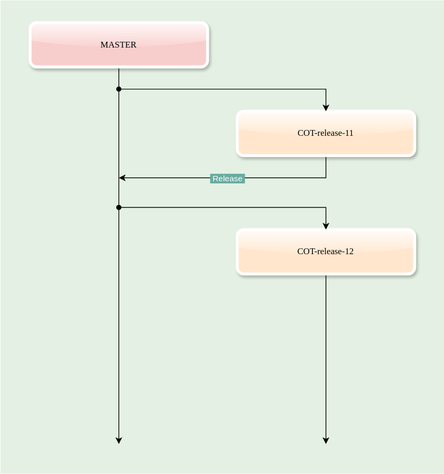
alexander-lyakhov/draw.io keeps this draw.io diagram as Git-flow.drawio.svg. Above is the earlier version. Source tidied: cells renumbered, new cells last; positions are measured from the earlier drawing's top-left corner, leaving out a move shared by most shapes.
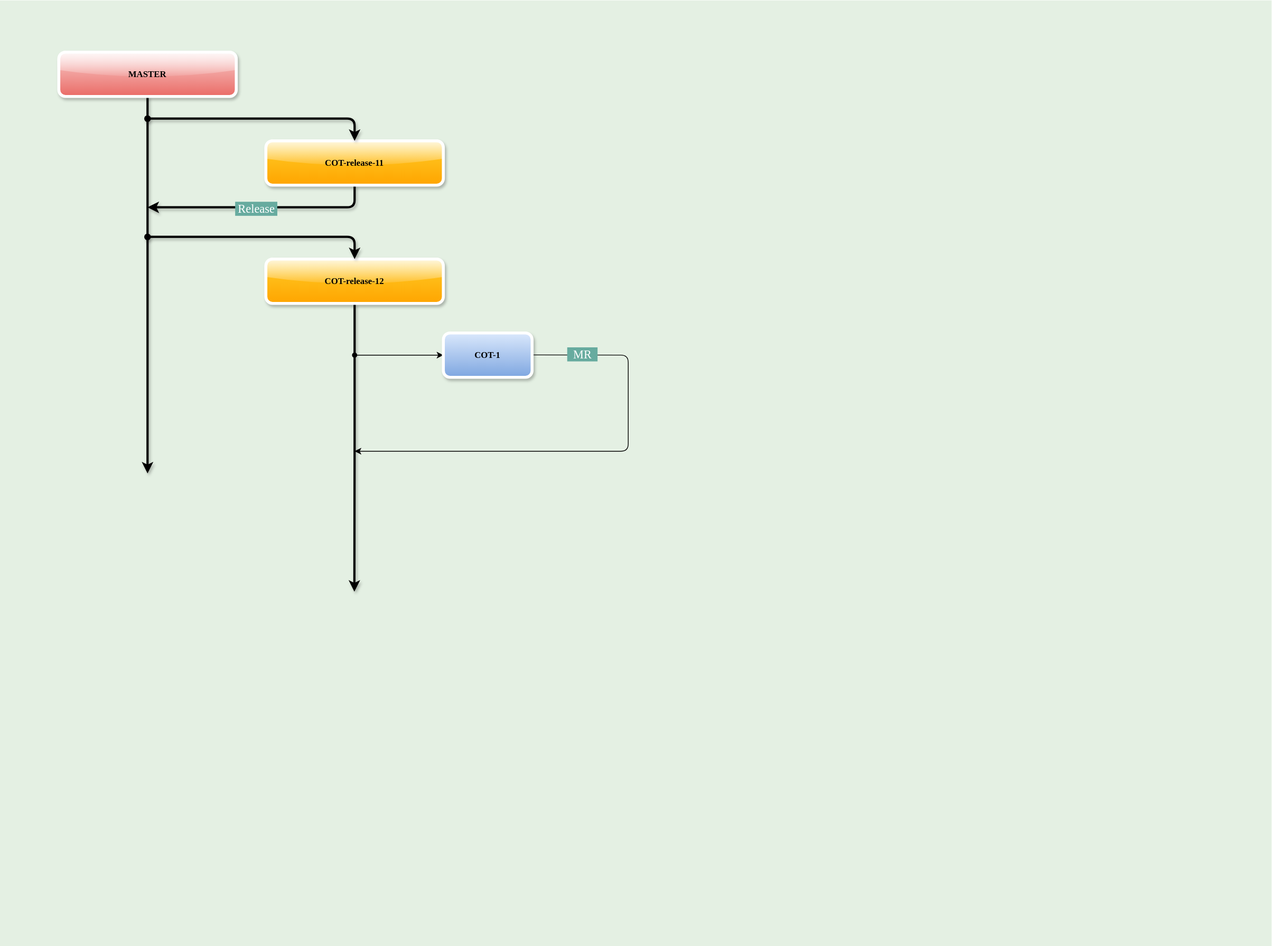
After the commit.

Diff of the diagram source:
```diff
@@ -2,23 +2,23 @@
   <root>
     <mxCell id="0" />
     <mxCell id="1" parent="0" />
-    <mxCell id="2" style="rounded=0;whiteSpace=wrap;html=1;imageAspect=1;fillOpacity=64;fillColor=#d5e8d4;strokeColor=none;" parent="1" vertex="1">
-      <mxGeometry width="600" height="640" as="geometry" />
-    </mxCell>
+    <mxCell id="12" style="rounded=0;whiteSpace=wrap;html=1;fillColor=#D5E8D4;opacity=64;strokeColor=none;" parent="1" vertex="1">
+      <mxGeometry x="-40" y="-40" width="1720" height="1280" as="geometry" />
+    </mxCell>
-    <mxCell id="3" style="endArrow=classic;html=1;rounded=0;exitX=0.5;exitY=1;exitDx=0;exitDy=0;curved=0;shadow=0;strokeWidth=1;strokeColor=#000000;" parent="1" edge="1" source="11">
+    <mxCell id="3" style="endArrow=classic;html=1;rounded=0;exitX=0.5;exitY=1;exitDx=0;exitDy=0;curved=0;shadow=1;strokeWidth=3;strokeColor=#000000;" parent="1" edge="1" source="11">
       <mxGeometry relative="1" as="geometry">
         <mxPoint x="160" y="600" as="targetPoint" />
       </mxGeometry>
     </mxCell>
-    <mxCell id="4" style="edgeStyle=orthogonalEdgeStyle;rounded=0;jettySize=auto;html=1;exitX=0.5;exitY=1;exitDx=0;exitDy=0;" parent="1" edge="1" source="5">
+    <mxCell id="4" style="edgeStyle=orthogonalEdgeStyle;rounded=1;jettySize=auto;html=1;exitX=0.5;exitY=1;exitDx=0;exitDy=0;strokeWidth=3;curved=0;shadow=1;" parent="1" edge="1" source="5">
       <mxGeometry relative="1" as="geometry">
-        <mxPoint x="440" y="600" as="targetPoint" />
+        <mxPoint x="439.7" y="760" as="targetPoint" />
       </mxGeometry>
     </mxCell>
-    <mxCell id="5" value="COT-release-12" style="rounded=1;whiteSpace=wrap;html=1;fillColor=#ffe6cc;strokeColor=#FFFFFF;shadow=1;glass=1;strokeWidth=4;align=center;verticalAlign=middle;fontFamily=Verdana;fontSize=12;fontColor=default;" parent="1" vertex="1">
+    <mxCell id="5" value="COT-release-12" style="rounded=1;whiteSpace=wrap;html=1;fillColor=#ffcd28;strokeColor=#FFFFFF;shadow=1;glass=1;strokeWidth=4;align=center;verticalAlign=middle;fontFamily=Verdana;fontSize=12;fontColor=#000000;fontStyle=1;perimeterSpacing=0;gradientColor=#ffa500;" parent="1" vertex="1">
       <mxGeometry x="320" y="310" width="240" height="60" as="geometry" />
     </mxCell>
-    <mxCell id="6" style="endArrow=classic;html=1;rounded=0;entryX=0.5;entryY=0;entryDx=0;entryDy=0;startArrow=oval;startFill=1;" parent="1" edge="1" target="5">
+    <mxCell id="6" style="endArrow=classic;html=1;rounded=1;entryX=0.5;entryY=0;entryDx=0;entryDy=0;startArrow=oval;startFill=1;strokeWidth=3;curved=0;shadow=1;" parent="1" edge="1" target="5">
       <mxGeometry relative="1" as="geometry">
         <mxPoint x="160" y="280" as="sourcePoint" />
         <Array as="points">
@@ -26,7 +26,7 @@
         </Array>
       </mxGeometry>
     </mxCell>
-    <mxCell id="7" style="endArrow=classic;html=1;rounded=0;exitX=0.5;exitY=1;exitDx=0;exitDy=0;strokeWidth=1;strokeColor=#000000;" parent="1" edge="1" source="9">
+    <mxCell id="7" style="endArrow=classic;html=1;rounded=1;exitX=0.5;exitY=1;exitDx=0;exitDy=0;strokeWidth=3;strokeColor=#000000;curved=0;shadow=1;" parent="1" edge="1" source="9">
       <mxGeometry relative="1" as="geometry">
         <mxPoint x="160" y="240" as="targetPoint" />
         <Array as="points">
@@ -34,13 +34,13 @@
         </Array>
       </mxGeometry>
     </mxCell>
-    <mxCell id="8" value="&amp;nbsp;Release&amp;nbsp;" style="edgeLabel;html=1;align=center;verticalAlign=middle;labelBackgroundColor=#67AB9F;fontColor=#FFFFFF;textShadow=0;fontSize=11;labelBorderColor=none;" parent="7" vertex="1">
+    <mxCell id="8" value="&amp;nbsp;Release&amp;nbsp;" style="edgeLabel;html=1;align=center;verticalAlign=middle;labelBackgroundColor=#67AB9F;fontColor=#FFFFFF;textShadow=0;fontSize=16;labelBorderColor=none;fontFamily=Verdana;" parent="7" vertex="1">
       <mxGeometry x="0.06" y="1" relative="1" as="geometry" />
     </mxCell>
-    <mxCell id="9" value="COT-release-11" style="rounded=1;whiteSpace=wrap;html=1;fillColor=#ffe6cc;strokeColor=#FFFFFF;shadow=1;glass=1;strokeWidth=4;align=center;verticalAlign=middle;fontFamily=Verdana;fontSize=12;fontColor=default;" parent="1" vertex="1">
+    <mxCell id="9" value="COT-release-11" style="rounded=1;whiteSpace=wrap;html=1;fillColor=#ffcd28;strokeColor=#FFFFFF;shadow=1;glass=1;strokeWidth=4;align=center;verticalAlign=middle;fontFamily=Verdana;fontSize=12;fontStyle=1;gradientColor=#ffa500;fontColor=#000000;" parent="1" vertex="1">
       <mxGeometry x="320" y="150" width="240" height="60" as="geometry" />
     </mxCell>
-    <mxCell id="10" style="endArrow=classic;html=1;rounded=0;entryX=0.5;entryY=0;entryDx=0;entryDy=0;startArrow=oval;startFill=1;strokeWidth=1;strokeColor=#000000;" parent="1" edge="1" target="9">
+    <mxCell id="10" style="endArrow=classic;html=1;rounded=1;entryX=0.5;entryY=0;entryDx=0;entryDy=0;startArrow=oval;startFill=1;strokeWidth=3;strokeColor=#000000;curved=0;shadow=1;fontColor=#000000;" parent="1" edge="1" target="9">
       <mxGeometry relative="1" as="geometry">
         <mxPoint x="160" y="120" as="sourcePoint" />
         <Array as="points">
@@ -48,8 +48,31 @@
         </Array>
       </mxGeometry>
     </mxCell>
-    <mxCell id="11" value="MASTER" style="rounded=1;whiteSpace=wrap;html=1;fillColor=#f8cecc;strokeColor=#FFFFFF;fontFamily=Verdana;shadow=1;glass=1;strokeWidth=4;" parent="1" vertex="1">
+    <mxCell id="11" value="MASTER" style="rounded=1;whiteSpace=wrap;html=1;fillColor=#f8cecc;strokeColor=#FFFFFF;fontFamily=Verdana;shadow=1;glass=1;strokeWidth=4;fontStyle=1;gradientColor=#ea6b66;" parent="1" vertex="1">
       <mxGeometry x="40" y="30" width="240" height="60" as="geometry" />
     </mxCell>
+    <mxCell id="13" style="endArrow=classic;html=1;rounded=0;startArrow=oval;startFill=1;" parent="1" edge="1">
+      <mxGeometry relative="1" as="geometry">
+        <mxPoint x="440" y="440" as="sourcePoint" />
+        <mxPoint x="560" y="440" as="targetPoint" />
+      </mxGeometry>
+    </mxCell>
+    <mxCell id="14" style="endArrow=classic;html=1;rounded=1;curved=0;" parent="1" edge="1">
+      <mxGeometry relative="1" as="geometry">
+        <mxPoint x="680" y="439.8" as="sourcePoint" />
+        <mxPoint x="440" y="570" as="targetPoint" />
+        <Array as="points">
+          <mxPoint x="810" y="440" />
+          <mxPoint x="810" y="570" />
+          <mxPoint x="620" y="570" />
+        </Array>
+      </mxGeometry>
+    </mxCell>
+    <mxCell id="15" value="&amp;nbsp; MR&amp;nbsp;&amp;nbsp;" style="edgeLabel;html=1;align=center;verticalAlign=middle;labelBackgroundColor=#67AB9F;fontColor=#FFFFFF;fontFamily=Verdana;fontSize=16;textShadow=0;" parent="14" vertex="1">
+      <mxGeometry x="-0.79" y="2" relative="1" as="geometry" />
+    </mxCell>
+    <mxCell id="16" value="COT-1" style="rounded=1;whiteSpace=wrap;html=1;fillColor=#dae8fc;gradientColor=#7ea6e0;strokeColor=#FFFFFF;strokeWidth=4;shadow=1;fontStyle=1;fontFamily=Verdana;" parent="1" vertex="1">
+      <mxGeometry x="560" y="410" width="120" height="60" as="geometry" />
+    </mxCell>
   </root>
 </mxGraphModel>
```
